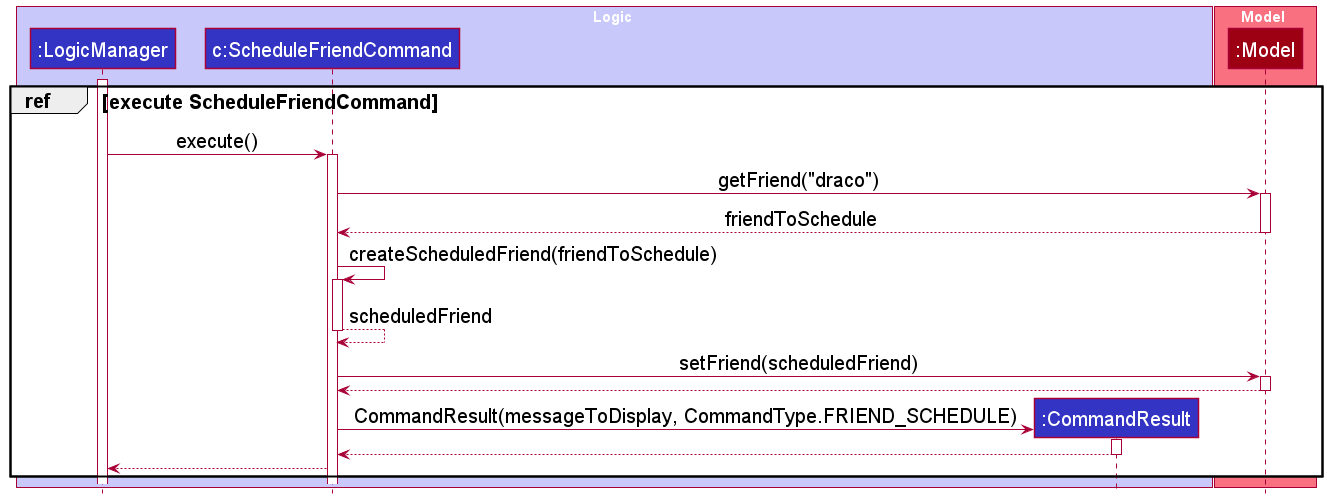
nus-cs2103-AY2122S1/tp keeps this PlantUML diagram as docs/images/ScheduleSequenceDiagram2.png. Above is the earlier version.
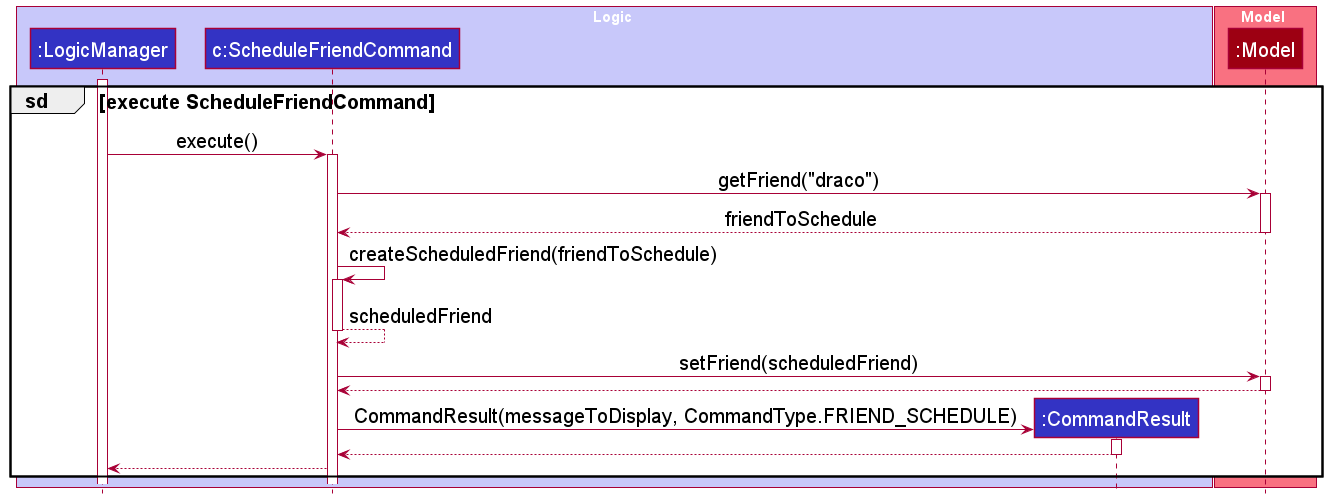
Above is the later version.

Commit message:
Fix new issues in DG diagrams

The edit, as a diff of the source:
```diff
@@ -4,7 +4,7 @@
 
 box Logic LOGIC_COLOR_T1
 
-group ref [execute ScheduleFriendCommand]
+group sd [execute ScheduleFriendCommand]
 participant ":LogicManager" as LogicManager LOGIC_COLOR
 participant "c:ScheduleFriendCommand" as ScheduleFriendCommand LOGIC_COLOR
 participant ":CommandResult" as CommandResult LOGIC_COLOR
```
